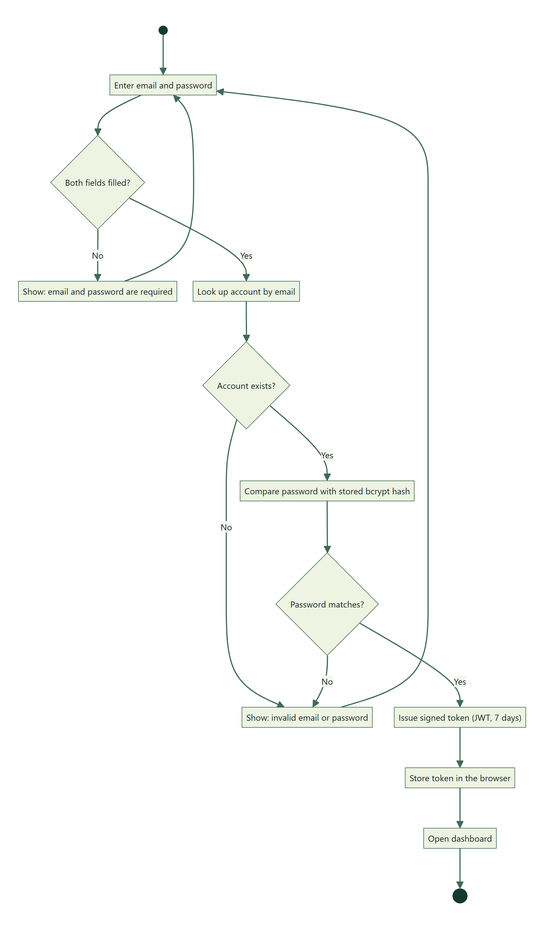
The Mermaid diagram docs/diagrams/4-activity-sign-in.png in Somasekhar711/IMS, before a commit. Its source is kept beside it as docs/diagrams/4-activity-sign-in.mmd.
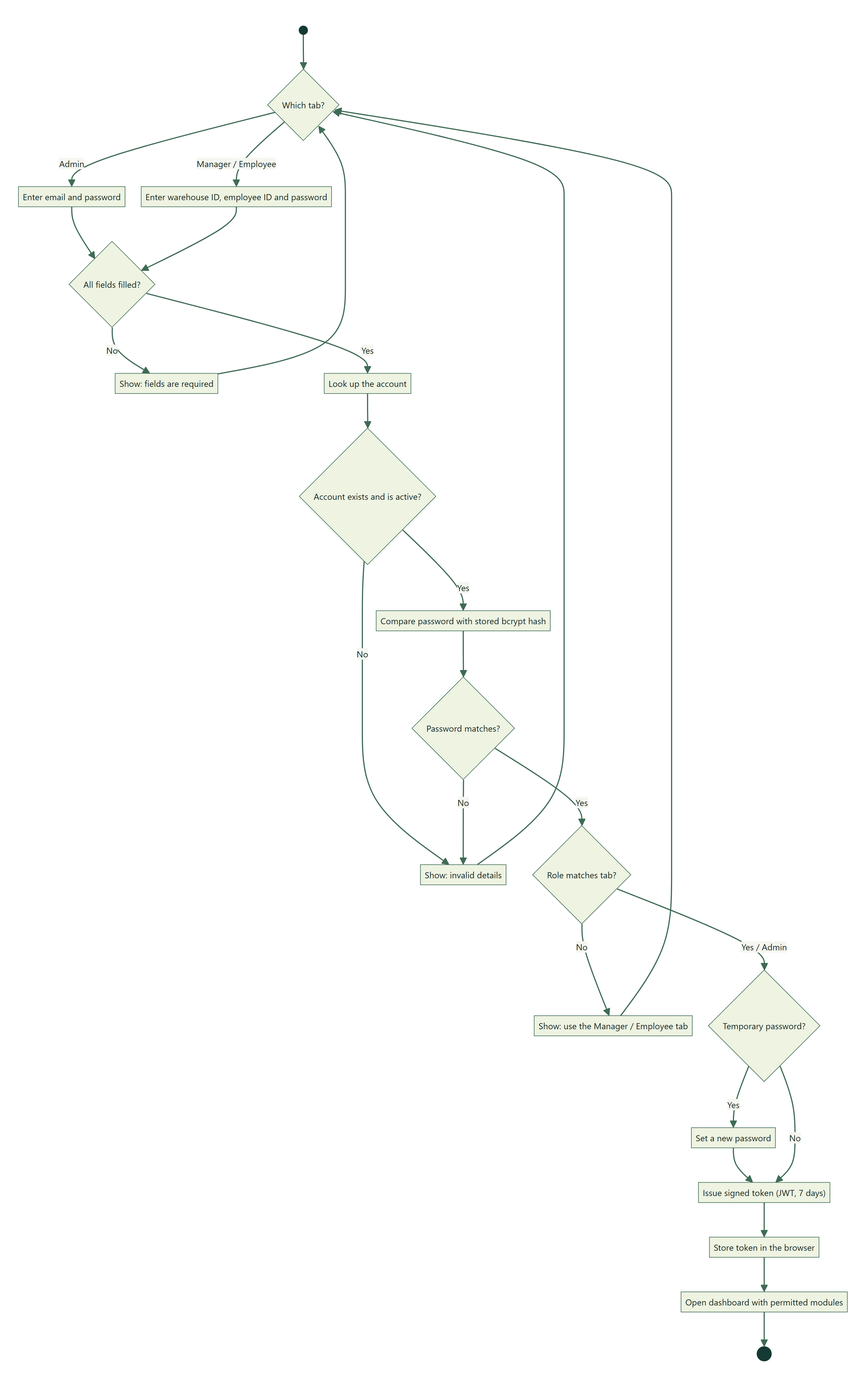
The same file after the commit.

Change to the diagram source:
```diff
@@ -1,18 +1,27 @@
 flowchart TD
-  Start(( )):::start --> Enter["Enter email and password"]
-  Enter --> Filled{"Both fields filled?"}
-  Filled -- No --> Missing["Show: email and password are required"]
-  Missing --> Enter
-  Filled -- Yes --> Lookup["Look up account by email"]
-  Lookup --> Found{"Account exists?"}
-  Found -- No --> Invalid["Show: invalid email or password"]
+  Start(( )):::start --> Tab{"Which tab?"}
+  Tab -- Admin --> AdminForm["Enter email and password"]
+  Tab -- "Manager / Employee" --> TeamForm["Enter warehouse ID, employee ID and password"]
+  AdminForm --> Filled{"All fields filled?"}
+  TeamForm --> Filled
+  Filled -- No --> Missing["Show: fields are required"]
+  Missing --> Tab
+  Filled -- Yes --> Lookup["Look up the account"]
+  Lookup --> Found{"Account exists and is active?"}
+  Found -- No --> Invalid["Show: invalid details"]
   Found -- Yes --> Compare["Compare password with stored bcrypt hash"]
   Compare --> Match{"Password matches?"}
   Match -- No --> Invalid
-  Invalid --> Enter
-  Match -- Yes --> Token["Issue signed token (JWT, 7 days)"]
+  Invalid --> Tab
+  Match -- Yes --> RoleCheck{"Role matches tab?"}
+  RoleCheck -- No --> WrongTab["Show: use the Manager / Employee tab"]
+  WrongTab --> Tab
+  RoleCheck -- "Yes / Admin" --> Temp{"Temporary password?"}
+  Temp -- Yes --> NewPass["Set a new password"]
+  NewPass --> Token
+  Temp -- No --> Token["Issue signed token (JWT, 7 days)"]
   Token --> Store["Store token in the browser"]
-  Store --> Dash["Open dashboard"]
+  Store --> Dash["Open dashboard with permitted modules"]
   Dash --> End(((" "))):::stop
 
   classDef start fill:#153A33,stroke:#153A33
```
